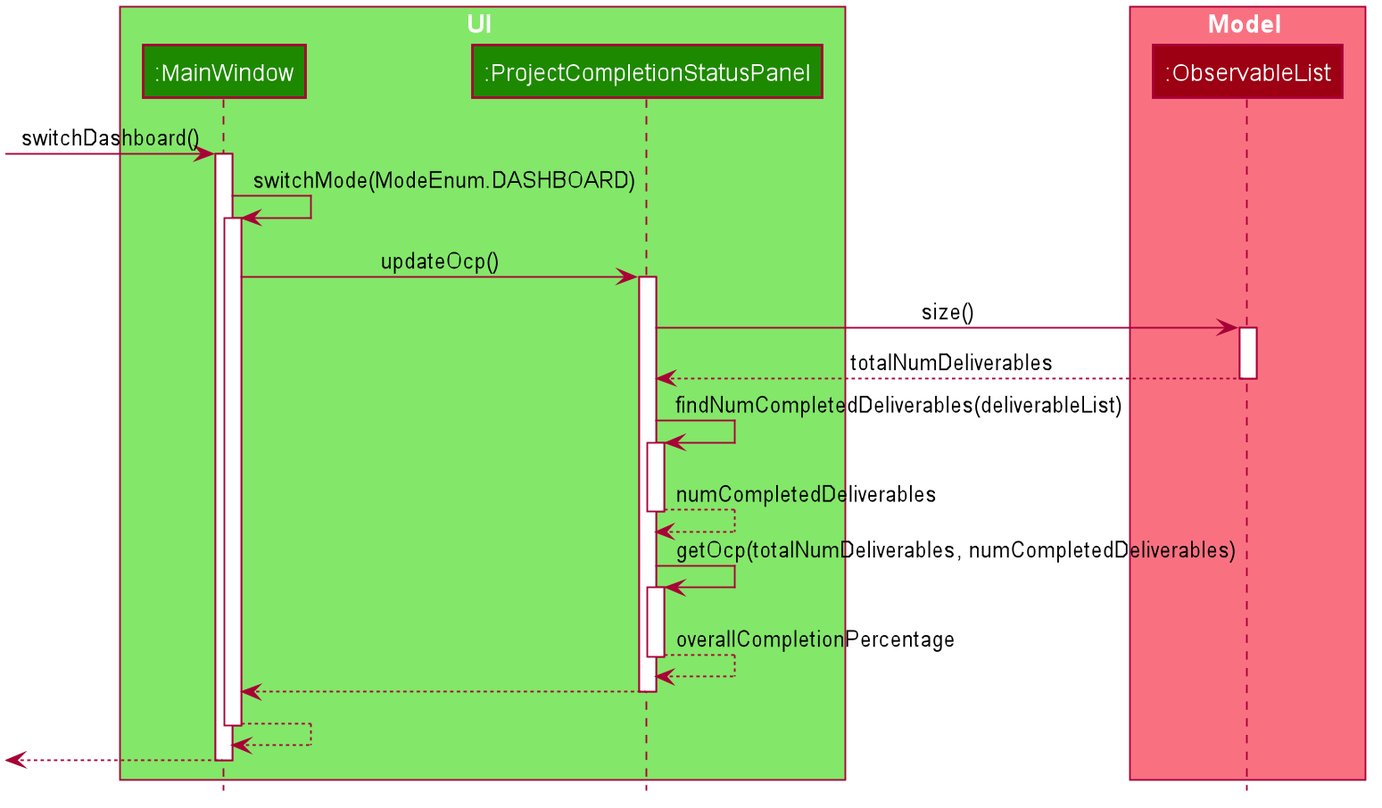
shadowezz/Productiv keeps this PlantUML diagram as docs/images/OCPSequenceDiagram.png. Above is the earlier version.
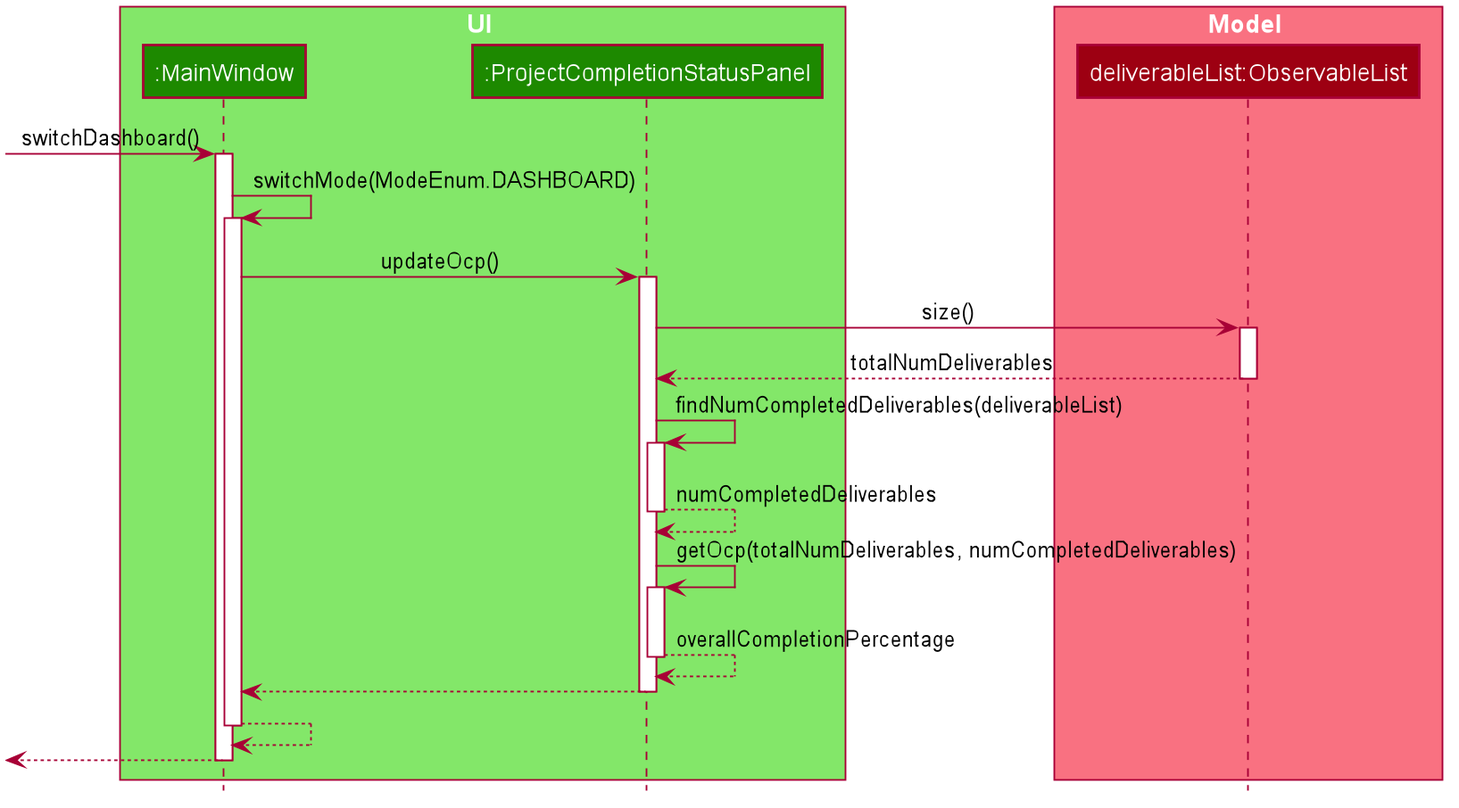
After the change.

The edit, as a diff of the source:
```diff
@@ -1,4 +1,6 @@
 @startuml
+
+
 
 
 
@@ -43,6 +45,7 @@
 skinparam Shadowing false
 skinparam DefaultTextAlignment center
 skinparam packageStyle Rectangle
+skinparam classAttributeIconSize 0
 
 hide footbox
 hide members
@@ -56,7 +59,7 @@
 end box
 
 box Model #F97181
-participant ":ObservableList" as List #9D0012
+participant "deliverableList:ObservableList" as List #9D0012
 end box
 
 [-> Main: switchDashboard()
```
